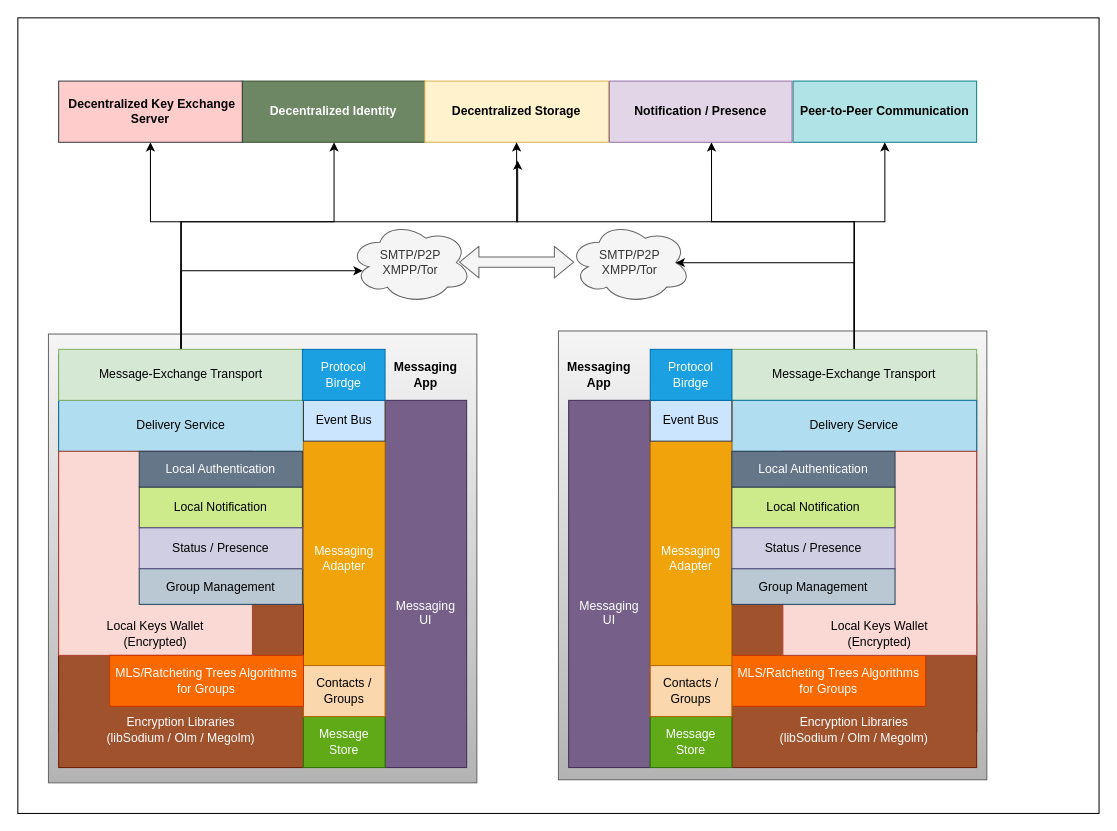
This is page "layers" (4 of 4) of Messaging end-to-end.drawio from bhatti/Aeron, a draw.io file, before an edit. Source tidied: cells renumbered, new cells numbered last; positions are measured from the earlier drawing's top-left corner, leaving out a move shared by most shapes. Both pictures are drawn from the tidied source at 102%, with x=0, y=0 at pixel (17, 17).
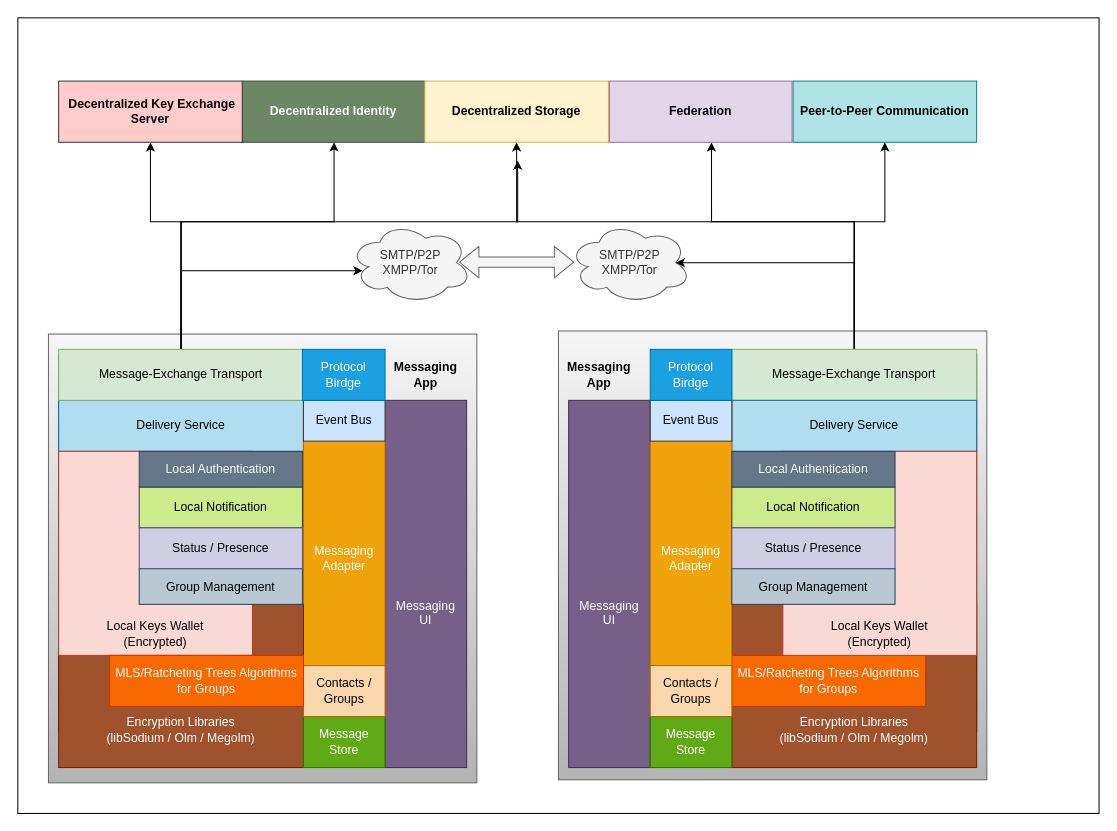
After the change.

Diff of the diagram source:
```diff
@@
-    <mxCell id="29" value="&lt;b&gt;Notification / Presence&lt;/b&gt;" style="rounded=0;whiteSpace=wrap;html=1;fillColor=#e1d5e7;strokeColor=#9673a6;" parent="1" vertex="1">
+    <mxCell id="29" value="&lt;b&gt;Federation&lt;/b&gt;" style="rounded=0;whiteSpace=wrap;html=1;fillColor=#e1d5e7;strokeColor=#9673a6;" parent="1" vertex="1">
       <mxGeometry x="580" y="62" width="179" height="60" as="geometry" />
     </mxCell>
```
